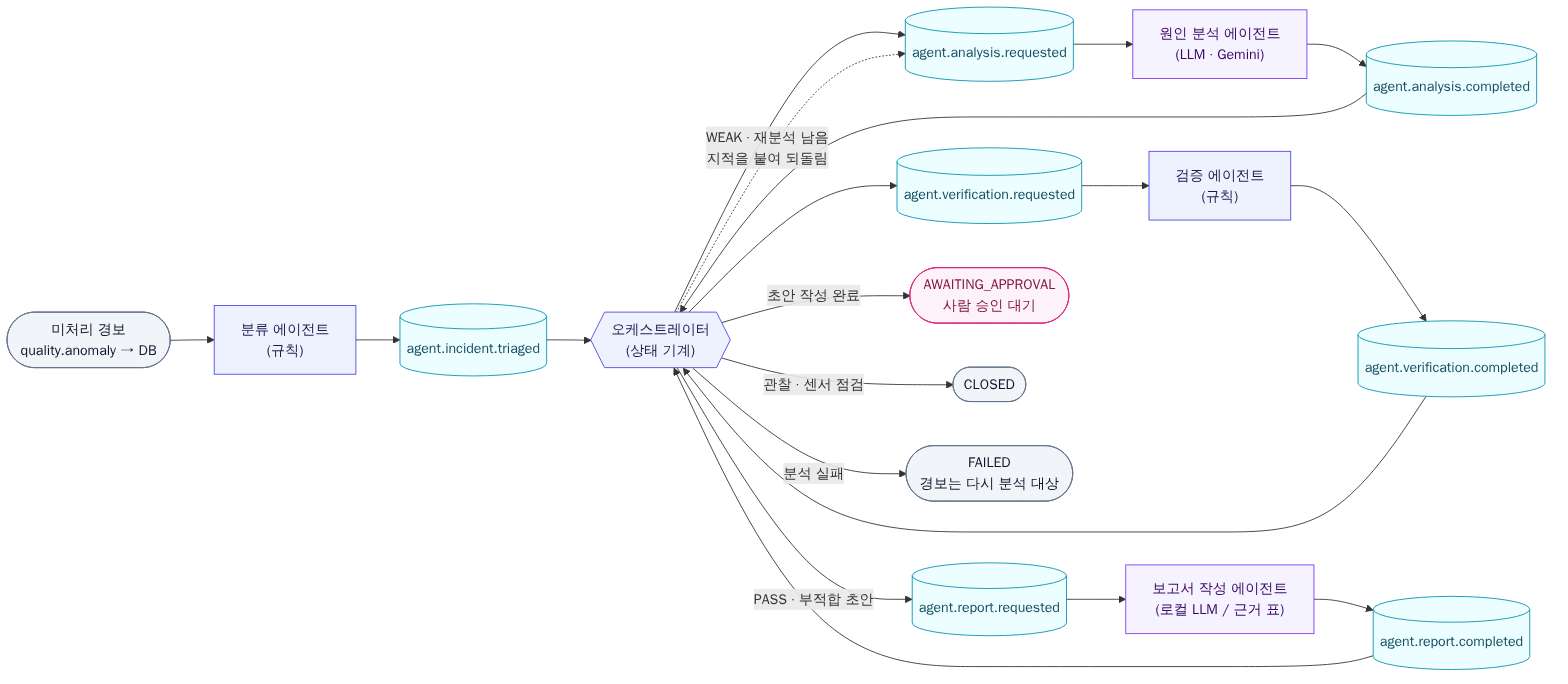
Before: docs/architecture/agent-pipeline.png, a diagram exported from Mermaid (choiminjeong0623/qualiguard-agent). Its source is kept beside it as docs/architecture/agent-pipeline.mmd. Source of this version:
```mermaid
flowchart LR
    classDef ai fill:#f5f3ff,stroke:#7c3aed,color:#3b0764
    classDef rule fill:#eef2ff,stroke:#4f46e5,color:#1e1b4b
    classDef topic fill:#ecfeff,stroke:#0891b2,color:#164e63
    classDef human fill:#fdf2f8,stroke:#db2777,color:#831843
    classDef end_ fill:#f1f5f9,stroke:#64748b,color:#0f172a

    A(["미처리 경보<br/>quality.anomaly → DB"]):::end_ --> TRI["분류 에이전트<br/>(규칙)"]:::rule
    TRI --> T1[("agent.incident.triaged")]:::topic --> ORC{{"오케스트레이터<br/>(상태 기계)"}}:::rule

    ORC --> T2[("agent.analysis.requested")]:::topic --> ANA["원인 분석 에이전트<br/>(LLM · Gemini)"]:::ai
    ANA --> T3[("agent.analysis.completed")]:::topic --> ORC
    ORC --> T4[("agent.verification.requested")]:::topic --> VER["검증 에이전트<br/>(규칙)"]:::rule
    VER --> T5[("agent.verification.completed")]:::topic --> ORC
    ORC -- "PASS · 부적합 초안" --> T6[("agent.report.requested")]:::topic --> WRI["보고서 작성 에이전트<br/>(로컬 LLM / 근거 표)"]:::ai
    WRI --> T7[("agent.report.completed")]:::topic --> ORC

    ORC -. "WEAK · 재분석 남음<br/>지적을 붙여 되돌림" .-> T2
    ORC -- "초안 작성 완료" --> H(["AWAITING_APPROVAL<br/>사람 승인 대기"]):::human
    ORC -- "관찰 · 센서 점검" --> C(["CLOSED"]):::end_
    ORC -- "분석 실패" --> F(["FAILED<br/>경보는 다시 분석 대상"]):::end_
```
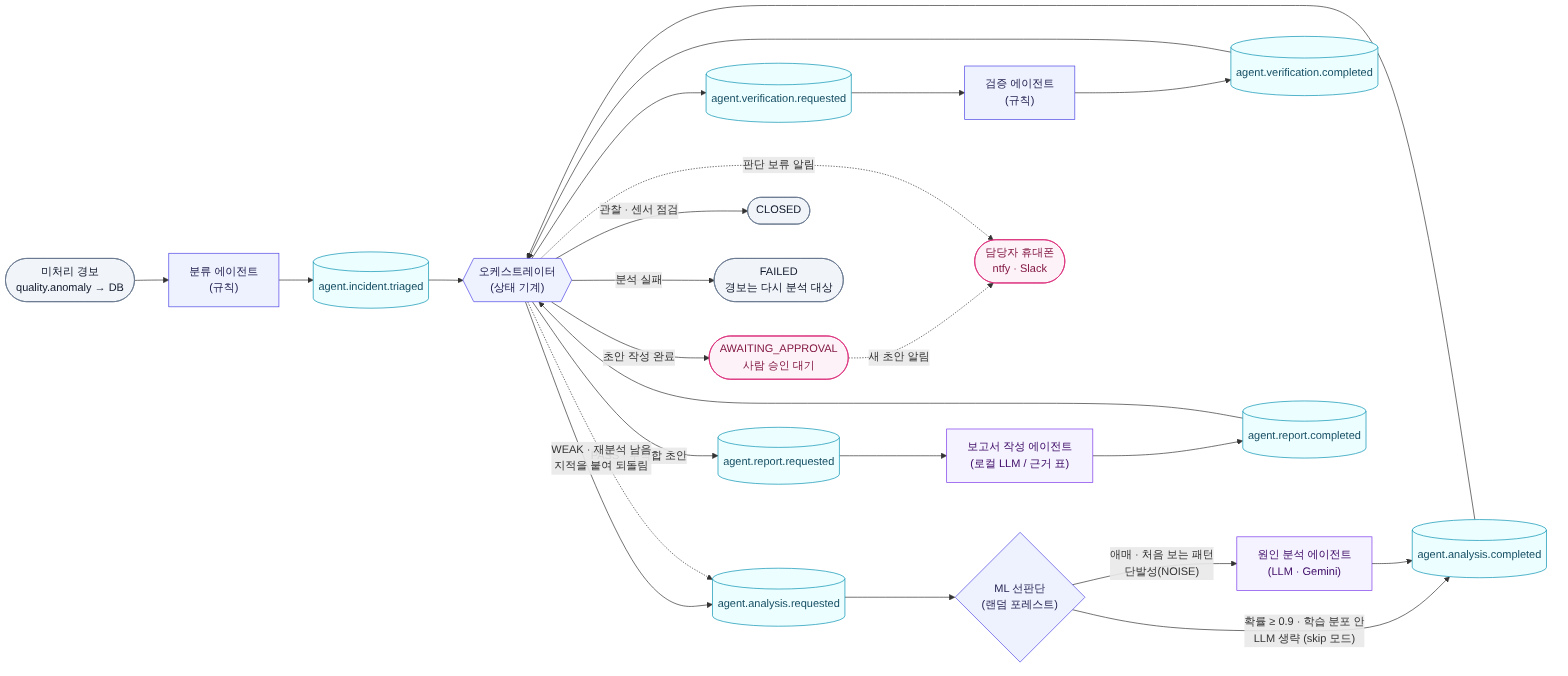
After the commit.

Change to the diagram source:
```diff
@@ -8,7 +8,9 @@
     A(["미처리 경보<br/>quality.anomaly → DB"]):::end_ --> TRI["분류 에이전트<br/>(규칙)"]:::rule
     TRI --> T1[("agent.incident.triaged")]:::topic --> ORC{{"오케스트레이터<br/>(상태 기계)"}}:::rule
 
-    ORC --> T2[("agent.analysis.requested")]:::topic --> ANA["원인 분석 에이전트<br/>(LLM · Gemini)"]:::ai
+    ORC --> T2[("agent.analysis.requested")]:::topic --> ML{"ML 선판단<br/>(랜덤 포레스트)"}:::rule
+    ML -- "애매 · 처음 보는 패턴<br/>단발성(NOISE)" --> ANA["원인 분석 에이전트<br/>(LLM · Gemini)"]:::ai
+    ML -- "확률 ≥ 0.9 · 학습 분포 안<br/>LLM 생략 (skip 모드)" --> T3
     ANA --> T3[("agent.analysis.completed")]:::topic --> ORC
     ORC --> T4[("agent.verification.requested")]:::topic --> VER["검증 에이전트<br/>(규칙)"]:::rule
     VER --> T5[("agent.verification.completed")]:::topic --> ORC
@@ -19,3 +21,5 @@
     ORC -- "초안 작성 완료" --> H(["AWAITING_APPROVAL<br/>사람 승인 대기"]):::human
     ORC -- "관찰 · 센서 점검" --> C(["CLOSED"]):::end_
     ORC -- "분석 실패" --> F(["FAILED<br/>경보는 다시 분석 대상"]):::end_
+    H -. "새 초안 알림" .-> N(["담당자 휴대폰<br/>ntfy · Slack"]):::human
+    ORC -. "판단 보류 알림" .-> N
```
